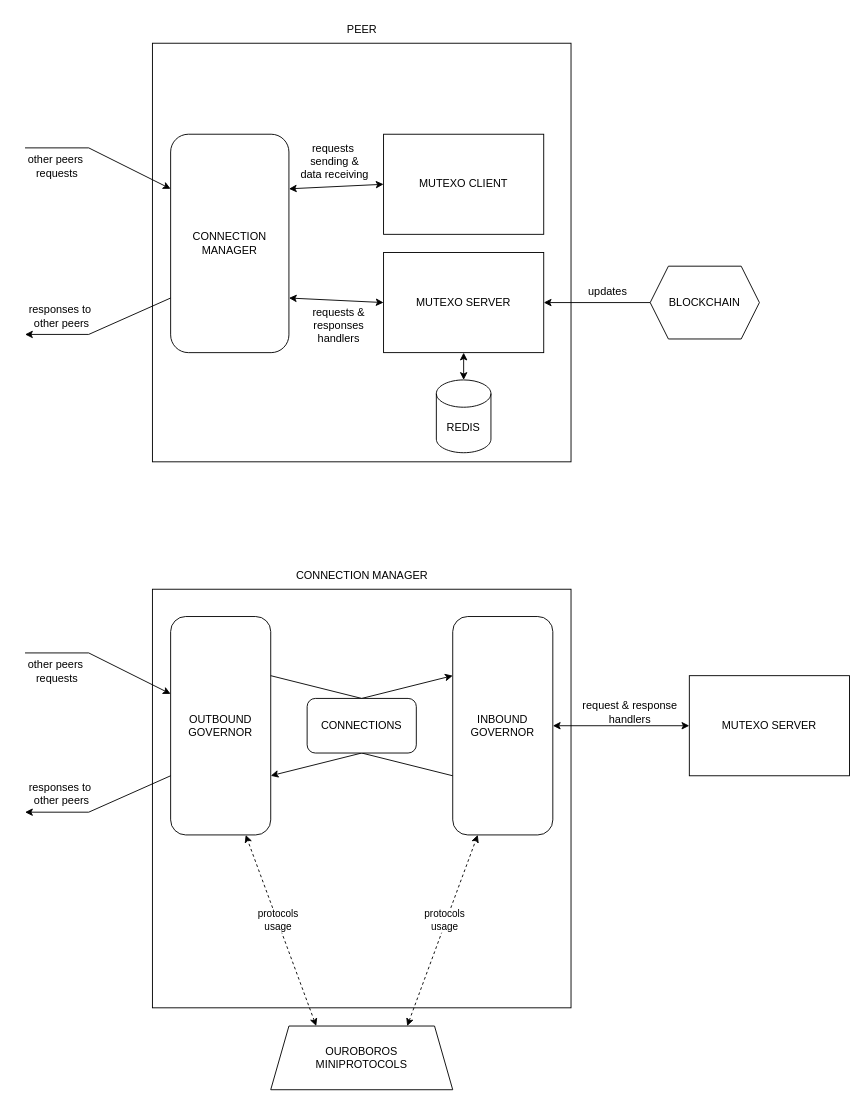
HarmonicLabs/connection-manager keeps this draw.io diagram as assets/readme/connection-manager.drawio. Above is the earlier version. Source tidied: cells renumbered, new cells numbered last; positions are measured from the earlier drawing's top-left corner, leaving out a move shared by most shapes. Both pictures are drawn from the tidied source at 91%, with x=0, y=0 at pixel (15, 15).
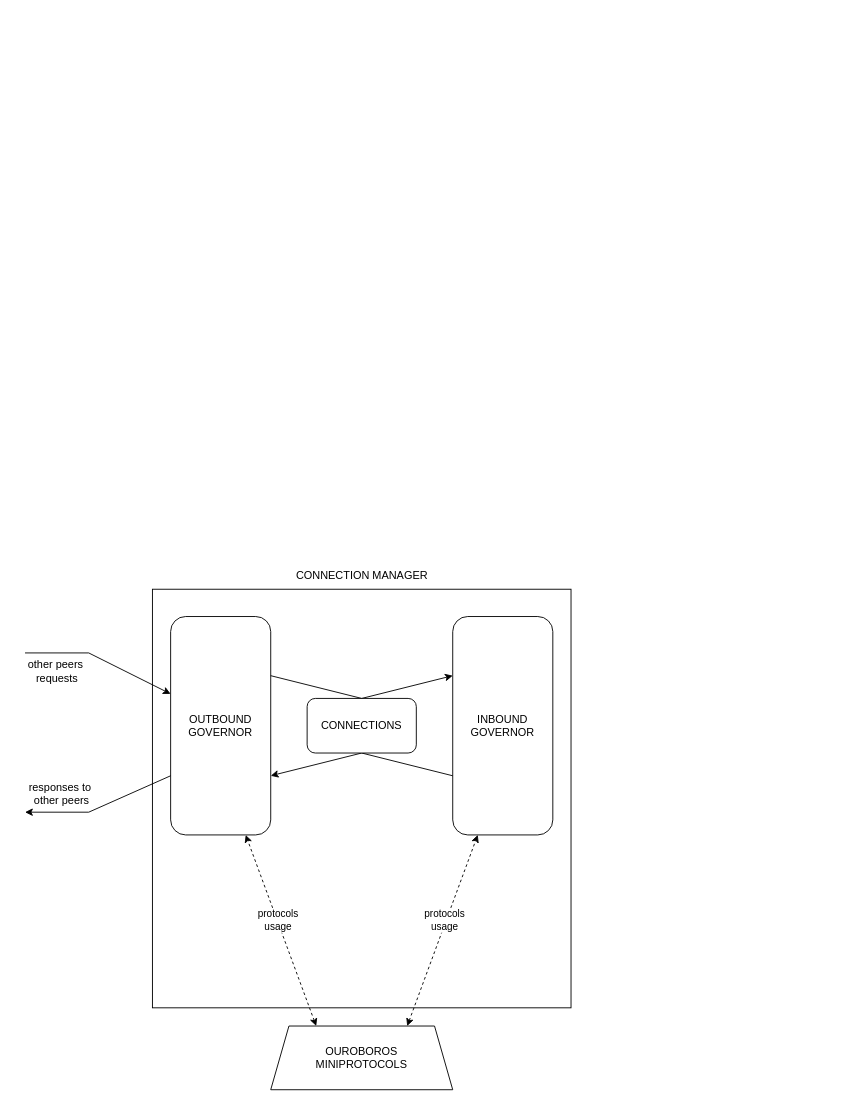
Above is the later version.

Unchanged cells that the change refers to:
```xml
<mxCell id="22" value="INBOUND&lt;div&gt;GOVERNOR&lt;/div&gt;" style="rounded=1;whiteSpace=wrap;html=1;" parent="1" vertex="1">
  <mxGeometry x="480" y="660" width="110" height="240" as="geometry" />
</mxCell>
```

Change to the diagram source:
```diff
@@
-    <mxCell id="2" style="whiteSpace=wrap;html=1;" parent="1" vertex="1">
-      <mxGeometry x="150" y="30" width="460" height="460" as="geometry" />
-    </mxCell>
-    <mxCell id="3" value="CONNECTION MANAGER" style="rounded=1;whiteSpace=wrap;html=1;" parent="1" vertex="1">
-      <mxGeometry x="170" y="130" width="130" height="240" as="geometry" />
-    </mxCell>
-    <mxCell id="4" style="endArrow=classic;html=1;rounded=0;entryX=0;entryY=0.25;entryDx=0;entryDy=0;" parent="1" edge="1" target="3">
-      <mxGeometry relative="1" as="geometry">
-        <mxPoint x="10" y="145" as="sourcePoint" />
-        <Array as="points">
-          <mxPoint x="80" y="145" />
-        </Array>
-      </mxGeometry>
-    </mxCell>
-    <mxCell id="5" style="endArrow=classic;html=1;rounded=0;entryX=0;entryY=0.696;entryDx=0;entryDy=0;entryPerimeter=0;exitX=0;exitY=0.75;exitDx=0;exitDy=0;" parent="1" edge="1" source="3">
-      <mxGeometry relative="1" as="geometry">
-        <mxPoint x="10" y="350" as="targetPoint" />
-        <Array as="points">
-          <mxPoint x="80" y="350" />
-        </Array>
-      </mxGeometry>
-    </mxCell>
-    <mxCell id="6" value="PEER" style="text;html=1;align=center;verticalAlign=middle;strokeColor=none;fillColor=none;" parent="1" vertex="1">
-      <mxGeometry x="350" width="60" height="30" as="geometry" />
-    </mxCell>
-    <mxCell id="7" value="MUTEXO CLIENT" style="rounded=0;whiteSpace=wrap;html=1;" parent="1" vertex="1">
-      <mxGeometry x="404" y="130" width="176" height="110" as="geometry" />
-    </mxCell>
-    <mxCell id="8" value="MUTEXO SERVER" style="rounded=0;whiteSpace=wrap;html=1;" parent="1" vertex="1">
-      <mxGeometry x="404" y="260" width="176" height="110" as="geometry" />
-    </mxCell>
-    <mxCell id="9" style="endArrow=classic;startArrow=classic;html=1;rounded=0;exitX=1;exitY=0.75;exitDx=0;exitDy=0;entryX=0;entryY=0.5;entryDx=0;entryDy=0;" parent="1" edge="1" source="3" target="8">
-      <mxGeometry relative="1" as="geometry" />
-    </mxCell>
-    <mxCell id="10" style="endArrow=classic;startArrow=classic;html=1;rounded=0;exitX=1;exitY=0.25;exitDx=0;exitDy=0;entryX=0;entryY=0.5;entryDx=0;entryDy=0;" parent="1" edge="1" source="3" target="7">
-      <mxGeometry relative="1" as="geometry" />
-    </mxCell>
-    <mxCell id="11" value="REDIS" style="shape=cylinder3;whiteSpace=wrap;html=1;boundedLbl=1;backgroundOutline=1;size=15;" parent="1" vertex="1">
-      <mxGeometry x="462" y="400" width="60" height="80" as="geometry" />
-    </mxCell>
-    <mxCell id="12" value="other peers&amp;nbsp;&lt;div&gt;requests&lt;/div&gt;" style="text;html=1;align=center;verticalAlign=middle;strokeColor=none;fillColor=none;" parent="1" vertex="1">
-      <mxGeometry y="145" width="90" height="40" as="geometry" />
-    </mxCell>
-    <mxCell id="13" value="responses to&amp;nbsp;&lt;div&gt;other peers&lt;/div&gt;" style="text;html=1;align=center;verticalAlign=middle;strokeColor=none;fillColor=none;" parent="1" vertex="1">
-      <mxGeometry y="310" width="100" height="40" as="geometry" />
-    </mxCell>
-    <mxCell id="14" style="endArrow=classic;startArrow=classic;html=1;rounded=0;exitX=0.5;exitY=0;exitDx=0;exitDy=0;exitPerimeter=0;entryX=0.5;entryY=1;entryDx=0;entryDy=0;" parent="1" edge="1" source="11" target="8">
-      <mxGeometry relative="1" as="geometry" />
-    </mxCell>
-    <mxCell id="15" value="BLOCKCHAIN" style="shape=hexagon;perimeter=hexagonPerimeter2;whiteSpace=wrap;html=1;fixedSize=1;" parent="1" vertex="1">
-      <mxGeometry x="697" y="275" width="120" height="80" as="geometry" />
-    </mxCell>
-    <mxCell id="16" style="endArrow=classic;html=1;rounded=0;exitX=0;exitY=0.5;exitDx=0;exitDy=0;entryX=1;entryY=0.5;entryDx=0;entryDy=0;" parent="1" edge="1" source="15" target="8">
-      <mxGeometry relative="1" as="geometry" />
-    </mxCell>
@@
-    <mxCell id="20" value="MUTEXO SERVER" style="rounded=0;whiteSpace=wrap;html=1;" parent="1" vertex="1">
-      <mxGeometry x="740" y="725" width="176" height="110" as="geometry" />
-    </mxCell>
@@
-    <mxCell id="29" style="endArrow=classic;startArrow=classic;html=1;rounded=0;exitX=1;exitY=0.5;exitDx=0;exitDy=0;entryX=0;entryY=0.5;entryDx=0;entryDy=0;" parent="1" edge="1" source="22" target="20">
-      <mxGeometry relative="1" as="geometry" />
-    </mxCell>
@@
-    <mxCell id="35" value="request &amp;amp; response handlers" style="text;html=1;align=center;verticalAlign=middle;whiteSpace=wrap;rounded=0;" parent="1" vertex="1">
-      <mxGeometry x="620" y="750" width="110" height="30" as="geometry" />
-    </mxCell>
-    <mxCell id="36" value="updates" style="text;html=1;align=center;verticalAlign=middle;strokeColor=none;fillColor=none;" parent="1" vertex="1">
-      <mxGeometry x="615" y="288" width="70" height="30" as="geometry" />
-    </mxCell>
-    <mxCell id="37" value="requests &amp;amp;&lt;div&gt;&amp;nbsp;responses&amp;nbsp;&lt;/div&gt;&lt;div&gt;handlers&lt;/div&gt;" style="text;html=1;align=center;verticalAlign=middle;whiteSpace=wrap;rounded=0;" parent="1" vertex="1">
-      <mxGeometry x="300" y="325" width="110" height="30" as="geometry" />
-    </mxCell>
-    <mxCell id="38" value="requests&amp;nbsp;&lt;div&gt;sending &amp;amp;&lt;div&gt;data receiving&lt;/div&gt;&lt;/div&gt;" style="text;html=1;align=center;verticalAlign=middle;strokeColor=none;fillColor=none;" parent="1" vertex="1">
-      <mxGeometry x="300" y="130" width="100" height="60" as="geometry" />
-    </mxCell>
```
